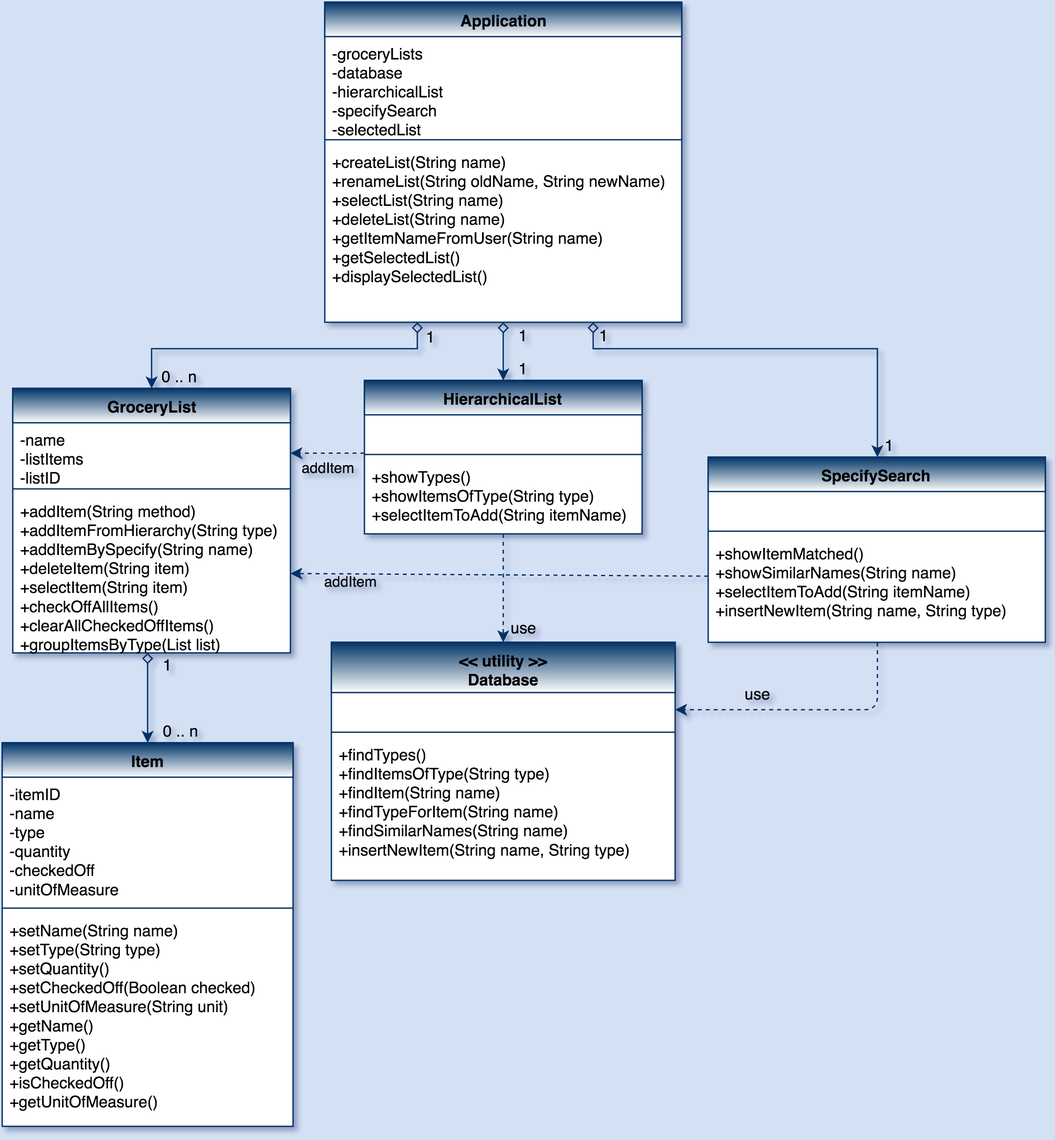
xushuhere/Grocery-List keeps this draw.io diagram as GroupProject/Design-Team/images/design-team.png. Above is the earlier version. Source tidied: cells renumbered, new cells last; positions are measured from the earlier drawing's top-left corner, leaving out a move shared by most shapes.
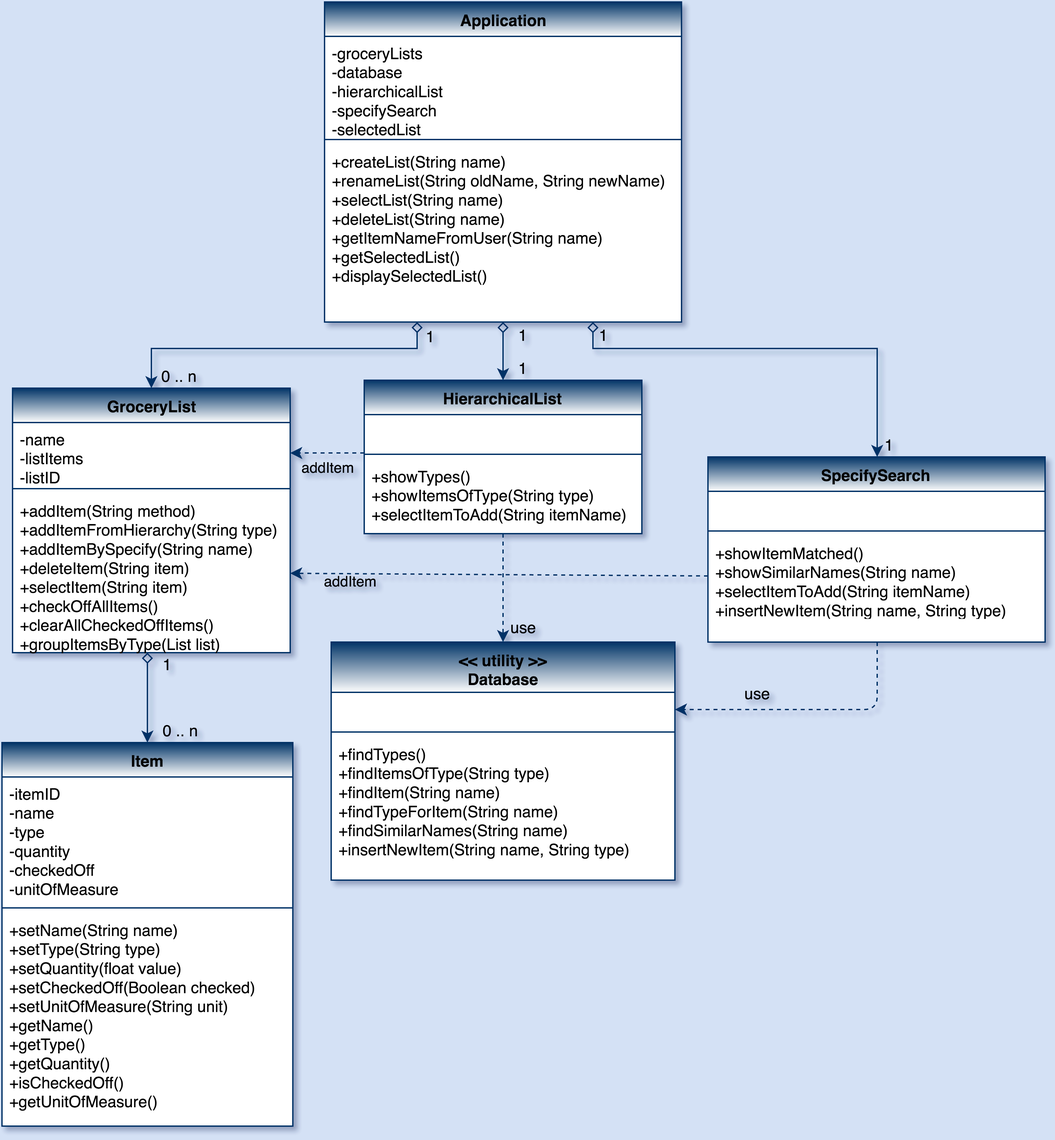
The same file after the commit.

Commit message:
setQuantity(float value)

Diff of the diagram source:
```diff
@@ -103,7 +103,7 @@
     <mxCell id="28" style="line;html=1;strokeWidth=1;fillColor=none;align=left;verticalAlign=middle;spacingTop=-1;spacingLeft=3;spacingRight=3;labelPosition=right;strokeColor=#003366;" parent="26" vertex="1">
       <mxGeometry y="121" width="220" height="8" as="geometry" />
     </mxCell>
-    <mxCell id="29" value="+setName(String name)&lt;br&gt;+setType(String type)&lt;br&gt;+setQuantity()&lt;br&gt;+setCheckedOff(Boolean checked)&lt;br&gt;+setUnitOfMeasure(String unit)&lt;br&gt;+getName()&lt;br&gt;+getType()&lt;br&gt;+getQuantity()&lt;br&gt;+isCheckedOff()&lt;br&gt;+getUnitOfMeasure()&lt;br&gt;" style="text;html=1;strokeColor=none;fillColor=none;align=left;verticalAlign=top;spacingLeft=4;spacingRight=4;whiteSpace=wrap;overflow=hidden;" parent="26" vertex="1">
+    <mxCell id="29" value="+setName(String name)&lt;br&gt;+setType(String type)&lt;br&gt;+setQuantity(float value)&lt;br&gt;+setCheckedOff(Boolean checked)&lt;br&gt;+setUnitOfMeasure(String unit)&lt;br&gt;+getName()&lt;br&gt;+getType()&lt;br&gt;+getQuantity()&lt;br&gt;+isCheckedOff()&lt;br&gt;+getUnitOfMeasure()&lt;br&gt;" style="text;html=1;strokeColor=none;fillColor=none;align=left;verticalAlign=top;spacingLeft=4;spacingRight=4;whiteSpace=wrap;overflow=hidden;" parent="26" vertex="1">
       <mxGeometry y="129" width="220" height="161" as="geometry" />
     </mxCell>
     <mxCell id="30" value="1" style="rounded=0;html=1;entryX=0.5;entryY=0;startArrow=diamond;startFill=0;jettySize=auto;strokeColor=#003366;exitX=0.5;exitY=1;labelBackgroundColor=none;fontSize=12;" parent="1" edge="1" source="5" target="11">
```
